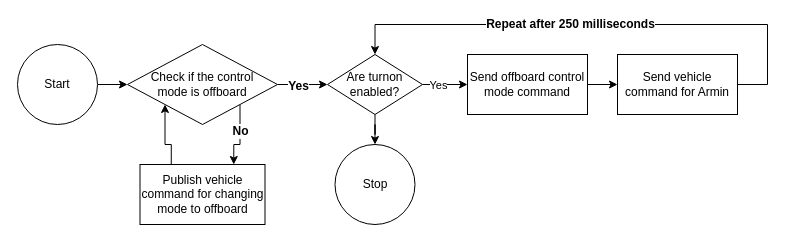
The draw.io diagram DrawIOFiler/Innitialisation Module.drawio in jens1906/Robotteknologi-4.-semester, before the edit. Source tidied: cells renumbered, new cells numbered last; positions are measured from the earlier drawing's top-left corner, leaving out a move shared by most shapes. Both pictures are drawn from the tidied source at 100%, with x=0, y=0 at pixel (17, 24).
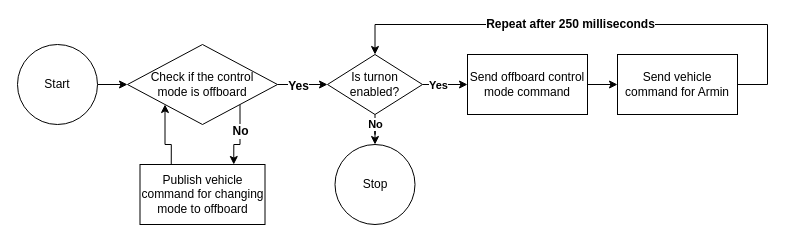
After the change.

The change refers to these unchanged cells:
```xml
<mxCell id="16" style="edgeStyle=orthogonalEdgeStyle;rounded=0;jettySize=auto;html=1;exitX=1;exitY=0.5;exitDx=0;exitDy=0;entryX=0;entryY=0.5;entryDx=0;entryDy=0;" parent="1" edge="1" source="19" target="8">
  <mxGeometry relative="1" as="geometry" />
</mxCell>
<mxCell id="18" style="edgeStyle=orthogonalEdgeStyle;rounded=0;jettySize=auto;html=1;" parent="1" edge="1" source="19" target="20">
  <mxGeometry relative="1" as="geometry" />
</mxCell>
```

What changed in the source:
```diff
@@
-    <mxCell id="17" value="Yes" style="edgeLabel;html=1;align=center;verticalAlign=middle;" parent="16" vertex="1">
+    <mxCell id="17" value="Yes" style="edgeLabel;html=1;align=center;verticalAlign=middle;fontStyle=1;" parent="16" vertex="1">
       <mxGeometry x="-0.07" y="-1" relative="1" as="geometry">
         <mxPoint x="-6" y="-1" as="offset" />
       </mxGeometry>
     </mxCell>
@@
+    <mxCell id="21" value="&lt;b&gt;No&lt;/b&gt;" style="edgeLabel;html=1;align=center;verticalAlign=middle;" parent="18" vertex="1">
+      <mxGeometry x="-0.64" relative="1" as="geometry" />
+    </mxCell>
-    <mxCell id="19" value="Are turnon &lt;br&gt;enabled?" style="rhombus;whiteSpace=wrap;html=1;" parent="1" vertex="1">
+    <mxCell id="19" value="Is turnon &lt;br&gt;enabled?" style="rhombus;whiteSpace=wrap;html=1;" parent="1" vertex="1">
       <mxGeometry x="310" y="30" width="95" height="60" as="geometry" />
     </mxCell>
```
